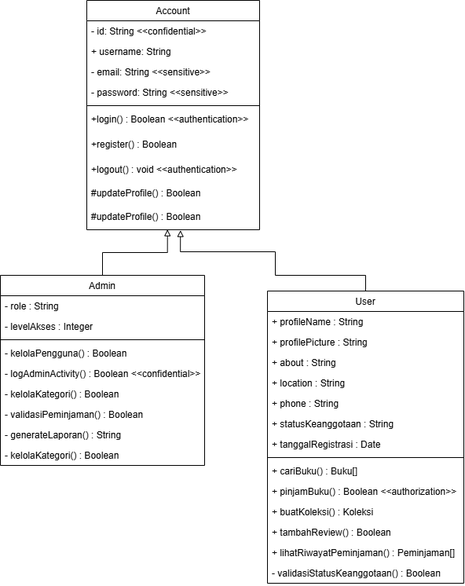
anthef/anthef keeps this draw.io diagram as init pkpl.drawio.png. Above is the earlier version. Source tidied: cells renumbered, new cells last; positions are measured from the earlier drawing's top-left corner, leaving out a move shared by most shapes.
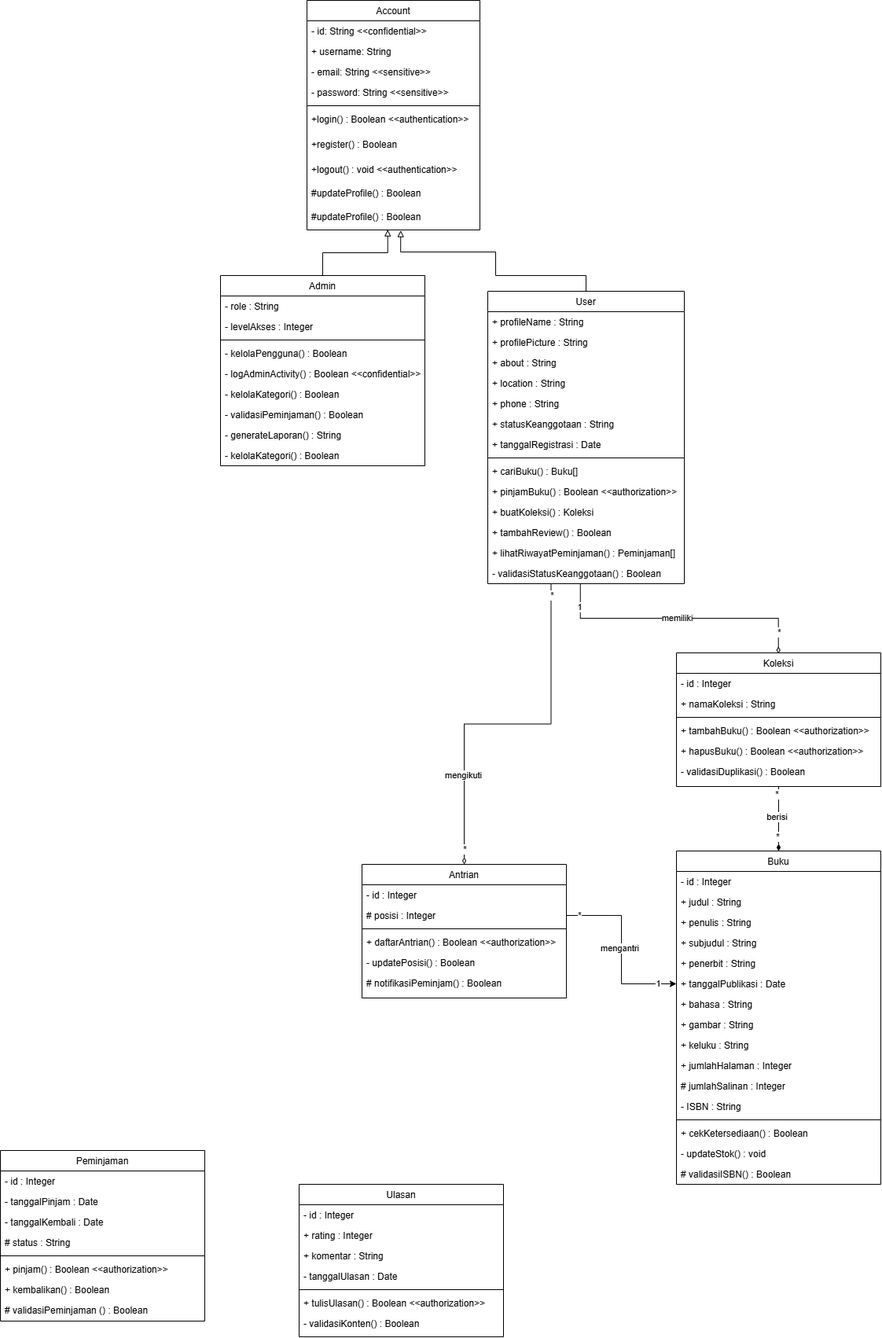
Above is the later version.

Change to the diagram source:
```diff
@@ -65,6 +65,30 @@
     <mxCell id="22" value="- kelolaKategori() : Boolean" style="text;align=left;verticalAlign=top;spacingLeft=4;spacingRight=4;overflow=hidden;" parent="13" vertex="1">
       <mxGeometry y="216" width="260" height="26" as="geometry" />
     </mxCell>
+    <mxCell id="40" style="edgeStyle=orthogonalEdgeStyle;rounded=0;jettySize=auto;html=1;exitX=0.471;exitY=1.018;exitDx=0;exitDy=0;exitPerimeter=0;entryX=0.499;entryY=0.006;entryDx=0;entryDy=0;entryPerimeter=0;endArrow=diamondThin;endFill=0;" parent="1" edge="1" source="37" target="52">
+      <mxGeometry relative="1" as="geometry" />
+    </mxCell>
+    <mxCell id="41" value="memiliki" style="edgeLabel;html=1;align=center;verticalAlign=middle;" parent="40" vertex="1">
+      <mxGeometry x="-0.02" relative="1" as="geometry" />
+    </mxCell>
+    <mxCell id="42" value="1" style="edgeLabel;html=1;align=center;verticalAlign=middle;" parent="40" vertex="1">
+      <mxGeometry x="-0.82" y="-1" relative="1" as="geometry" />
+    </mxCell>
+    <mxCell id="43" value="*" style="edgeLabel;html=1;align=center;verticalAlign=middle;" parent="40" vertex="1">
+      <mxGeometry x="0.84" y="1" relative="1" as="geometry" />
+    </mxCell>
+    <mxCell id="44" style="edgeStyle=orthogonalEdgeStyle;rounded=0;jettySize=auto;html=1;exitX=0.322;exitY=1.01;exitDx=0;exitDy=0;exitPerimeter=0;endArrow=diamondThin;endFill=0;" parent="1" edge="1" source="37" target="76">
+      <mxGeometry relative="1" as="geometry" />
+    </mxCell>
+    <mxCell id="45" value="*" style="edgeLabel;html=1;align=center;verticalAlign=middle;" parent="44" vertex="1">
+      <mxGeometry x="-0.94" y="1" relative="1" as="geometry" />
+    </mxCell>
+    <mxCell id="46" value="*" style="edgeLabel;html=1;align=center;verticalAlign=middle;" parent="44" vertex="1">
+      <mxGeometry x="0.92" y="1" relative="1" as="geometry" />
+    </mxCell>
+    <mxCell id="47" value="mengikuti" style="edgeLabel;html=1;align=center;verticalAlign=middle;" parent="44" vertex="1">
+      <mxGeometry x="0.51" y="-1" relative="1" as="geometry" />
+    </mxCell>
     <mxCell id="23" value="User" style="swimlane;fontStyle=0;align=center;verticalAlign=top;horizontal=1;startSize=26;rounded=0;shadow=0;strokeWidth=1;" parent="1" vertex="1">
       <mxGeometry x="340" y="370" width="250" height="372" as="geometry" />
     </mxCell>
@@ -122,5 +146,173 @@
         </Array>
       </mxGeometry>
     </mxCell>
+    <mxCell id="48" style="edgeStyle=orthogonalEdgeStyle;rounded=0;jettySize=auto;html=1;entryX=0.5;entryY=0;entryDx=0;entryDy=0;endArrow=diamondThin;endFill=1;" parent="1" edge="1" source="52" target="59">
+      <mxGeometry relative="1" as="geometry" />
+    </mxCell>
+    <mxCell id="49" value="*" style="edgeLabel;html=1;align=center;verticalAlign=middle;" parent="48" vertex="1">
+      <mxGeometry x="-0.76" y="-2" relative="1" as="geometry" />
+    </mxCell>
+    <mxCell id="50" value="*" style="edgeLabel;html=1;align=center;verticalAlign=middle;" parent="48" vertex="1">
+      <mxGeometry x="0.55" y="-1" relative="1" as="geometry" />
+    </mxCell>
+    <mxCell id="51" value="berisi" style="edgeLabel;html=1;align=center;verticalAlign=middle;" parent="48" vertex="1">
+      <mxGeometry x="-0.07" y="-2" relative="1" as="geometry" />
+    </mxCell>
+    <mxCell id="52" value="Koleksi" style="swimlane;fontStyle=0;align=center;verticalAlign=top;horizontal=1;startSize=26;rounded=0;shadow=0;strokeWidth=1;" parent="1" vertex="1">
+      <mxGeometry x="580" y="830" width="260" height="170" as="geometry" />
+    </mxCell>
+    <mxCell id="53" value="- id : Integer" style="text;align=left;verticalAlign=top;spacingLeft=4;spacingRight=4;overflow=hidden;" parent="52" vertex="1">
+      <mxGeometry y="26" width="260" height="26" as="geometry" />
+    </mxCell>
+    <mxCell id="54" value="+ namaKoleksi : String" style="text;align=left;verticalAlign=top;spacingLeft=4;spacingRight=4;overflow=hidden;rounded=0;shadow=0;html=0;" parent="52" vertex="1">
+      <mxGeometry y="52" width="260" height="26" as="geometry" />
+    </mxCell>
+    <mxCell id="55" style="line;html=1;strokeWidth=1;align=left;verticalAlign=middle;spacingTop=-1;spacingLeft=3;spacingRight=3;labelPosition=right;" parent="52" vertex="1">
+      <mxGeometry y="78" width="260" height="8" as="geometry" />
+    </mxCell>
+    <mxCell id="56" value="+ tambahBuku() : Boolean &lt;&lt;authorization&gt;&gt;" style="text;align=left;verticalAlign=top;spacingLeft=4;spacingRight=4;overflow=hidden;" parent="52" vertex="1">
+      <mxGeometry y="86" width="260" height="26" as="geometry" />
+    </mxCell>
+    <mxCell id="57" value="+ hapusBuku() : Boolean &lt;&lt;authorization&gt;&gt;" style="text;align=left;verticalAlign=top;spacingLeft=4;spacingRight=4;overflow=hidden;" parent="52" vertex="1">
+      <mxGeometry y="112" width="260" height="26" as="geometry" />
+    </mxCell>
+    <mxCell id="58" value="- validasiDuplikasi() : Boolean " style="text;align=left;verticalAlign=top;spacingLeft=4;spacingRight=4;overflow=hidden;" parent="52" vertex="1">
+      <mxGeometry y="138" width="260" height="26" as="geometry" />
+    </mxCell>
+    <mxCell id="59" value="Buku" style="swimlane;fontStyle=0;align=center;verticalAlign=top;horizontal=1;startSize=26;rounded=0;shadow=0;strokeWidth=1;" parent="1" vertex="1">
+      <mxGeometry x="580" y="1082" width="260" height="424" as="geometry" />
+    </mxCell>
+    <mxCell id="60" value="- id : Integer" style="text;align=left;verticalAlign=top;spacingLeft=4;spacingRight=4;overflow=hidden;" parent="59" vertex="1">
+      <mxGeometry y="26" width="260" height="26" as="geometry" />
+    </mxCell>
+    <mxCell id="61" value="+ judul : String" style="text;align=left;verticalAlign=top;spacingLeft=4;spacingRight=4;overflow=hidden;rounded=0;shadow=0;html=0;" parent="59" vertex="1">
+      <mxGeometry y="52" width="260" height="26" as="geometry" />
+    </mxCell>
+    <mxCell id="62" value="+ penulis : String" style="text;align=left;verticalAlign=top;spacingLeft=4;spacingRight=4;overflow=hidden;rounded=0;shadow=0;html=0;" parent="59" vertex="1">
+      <mxGeometry y="78" width="260" height="26" as="geometry" />
+    </mxCell>
+    <mxCell id="63" value="+ subjudul : String" style="text;align=left;verticalAlign=top;spacingLeft=4;spacingRight=4;overflow=hidden;rounded=0;shadow=0;html=0;" parent="59" vertex="1">
+      <mxGeometry y="104" width="260" height="26" as="geometry" />
+    </mxCell>
+    <mxCell id="64" value="+ penerbit : String" style="text;align=left;verticalAlign=top;spacingLeft=4;spacingRight=4;overflow=hidden;rounded=0;shadow=0;html=0;" parent="59" vertex="1">
+      <mxGeometry y="130" width="260" height="26" as="geometry" />
+    </mxCell>
+    <mxCell id="65" value="+ tanggalPublikasi : Date" style="text;align=left;verticalAlign=top;spacingLeft=4;spacingRight=4;overflow=hidden;points=[[0,0.5],[1,0.5]];portConstraint=eastwest;rounded=0;shadow=0;html=0;" parent="59" vertex="1">
+      <mxGeometry y="156" width="260" height="26" as="geometry" />
+    </mxCell>
+    <mxCell id="66" value="+ bahasa : String" style="text;align=left;verticalAlign=top;spacingLeft=4;spacingRight=4;overflow=hidden;rounded=0;shadow=0;html=0;" parent="59" vertex="1">
+      <mxGeometry y="182" width="260" height="26" as="geometry" />
+    </mxCell>
+    <mxCell id="67" value="+ gambar : String" style="text;align=left;verticalAlign=top;spacingLeft=4;spacingRight=4;overflow=hidden;rounded=0;shadow=0;html=0;" parent="59" vertex="1">
+      <mxGeometry y="208" width="260" height="26" as="geometry" />
+    </mxCell>
+    <mxCell id="68" value="+ keluku : String" style="text;align=left;verticalAlign=top;spacingLeft=4;spacingRight=4;overflow=hidden;rounded=0;shadow=0;html=0;" parent="59" vertex="1">
+      <mxGeometry y="234" width="260" height="26" as="geometry" />
+    </mxCell>
+    <mxCell id="69" value="+ jumlahHalaman : Integer" style="text;align=left;verticalAlign=top;spacingLeft=4;spacingRight=4;overflow=hidden;rounded=0;shadow=0;html=0;" parent="59" vertex="1">
+      <mxGeometry y="260" width="260" height="26" as="geometry" />
+    </mxCell>
+    <mxCell id="70" value="# jumlahSalinan : Integer" style="text;align=left;verticalAlign=top;spacingLeft=4;spacingRight=4;overflow=hidden;rounded=0;shadow=0;html=0;" parent="59" vertex="1">
+      <mxGeometry y="286" width="260" height="26" as="geometry" />
+    </mxCell>
+    <mxCell id="71" value="- ISBN : String" style="text;align=left;verticalAlign=top;spacingLeft=4;spacingRight=4;overflow=hidden;rounded=0;shadow=0;html=0;" parent="59" vertex="1">
+      <mxGeometry y="312" width="260" height="26" as="geometry" />
+    </mxCell>
+    <mxCell id="72" style="line;html=1;strokeWidth=1;align=left;verticalAlign=middle;spacingTop=-1;spacingLeft=3;spacingRight=3;labelPosition=right;" parent="59" vertex="1">
+      <mxGeometry y="338" width="260" height="8" as="geometry" />
+    </mxCell>
+    <mxCell id="73" value="+ cekKetersediaan() : Boolean" style="text;align=left;verticalAlign=top;spacingLeft=4;spacingRight=4;overflow=hidden;" parent="59" vertex="1">
+      <mxGeometry y="346" width="260" height="26" as="geometry" />
+    </mxCell>
+    <mxCell id="74" value="- updateStok() : void" style="text;align=left;verticalAlign=top;spacingLeft=4;spacingRight=4;overflow=hidden;" parent="59" vertex="1">
+      <mxGeometry y="372" width="260" height="26" as="geometry" />
+    </mxCell>
+    <mxCell id="75" value="# validasiISBN() : Boolean" style="text;align=left;verticalAlign=top;spacingLeft=4;spacingRight=4;overflow=hidden;" parent="59" vertex="1">
+      <mxGeometry y="398" width="260" height="26" as="geometry" />
+    </mxCell>
+    <mxCell id="76" value="Antrian" style="swimlane;fontStyle=0;align=center;verticalAlign=top;horizontal=1;startSize=26;rounded=0;shadow=0;strokeWidth=1;" parent="1" vertex="1">
+      <mxGeometry x="180" y="1099" width="260" height="170" as="geometry" />
+    </mxCell>
+    <mxCell id="77" value="- id : Integer" style="text;align=left;verticalAlign=top;spacingLeft=4;spacingRight=4;overflow=hidden;" parent="76" vertex="1">
+      <mxGeometry y="26" width="260" height="26" as="geometry" />
+    </mxCell>
+    <mxCell id="78" value="# posisi : Integer" style="text;align=left;verticalAlign=top;spacingLeft=4;spacingRight=4;overflow=hidden;points=[[0,0.5],[1,0.5]];portConstraint=eastwest;rounded=0;shadow=0;html=0;" parent="76" vertex="1">
+      <mxGeometry y="52" width="260" height="26" as="geometry" />
+    </mxCell>
+    <mxCell id="79" style="line;html=1;strokeWidth=1;align=left;verticalAlign=middle;spacingTop=-1;spacingLeft=3;spacingRight=3;labelPosition=right;" parent="76" vertex="1">
+      <mxGeometry y="78" width="260" height="8" as="geometry" />
+    </mxCell>
+    <mxCell id="80" value="+ daftarAntrian() : Boolean &lt;&lt;authorization&gt;&gt;" style="text;align=left;verticalAlign=top;spacingLeft=4;spacingRight=4;overflow=hidden;" parent="76" vertex="1">
+      <mxGeometry y="86" width="260" height="26" as="geometry" />
+    </mxCell>
+    <mxCell id="81" value="- updatePosisi() : Boolean" style="text;align=left;verticalAlign=top;spacingLeft=4;spacingRight=4;overflow=hidden;" parent="76" vertex="1">
+      <mxGeometry y="112" width="260" height="26" as="geometry" />
+    </mxCell>
+    <mxCell id="82" value="# notifikasiPeminjam() : Boolean" style="text;align=left;verticalAlign=top;spacingLeft=4;spacingRight=4;overflow=hidden;" parent="76" vertex="1">
+      <mxGeometry y="138" width="260" height="26" as="geometry" />
+    </mxCell>
+    <mxCell id="83" value="Ulasan" style="swimlane;fontStyle=0;align=center;verticalAlign=top;horizontal=1;startSize=26;rounded=0;shadow=0;strokeWidth=1;" parent="1" vertex="1">
+      <mxGeometry x="100" y="1506" width="260" height="194" as="geometry" />
+    </mxCell>
+    <mxCell id="84" value="- id : Integer" style="text;align=left;verticalAlign=top;spacingLeft=4;spacingRight=4;overflow=hidden;" parent="83" vertex="1">
+      <mxGeometry y="26" width="260" height="26" as="geometry" />
+    </mxCell>
+    <mxCell id="85" value="+ rating : Integer" style="text;align=left;verticalAlign=top;spacingLeft=4;spacingRight=4;overflow=hidden;rounded=0;shadow=0;html=0;" parent="83" vertex="1">
+      <mxGeometry y="52" width="260" height="26" as="geometry" />
+    </mxCell>
+    <mxCell id="86" value="+ komentar : String" style="text;align=left;verticalAlign=top;spacingLeft=4;spacingRight=4;overflow=hidden;rounded=0;shadow=0;html=0;" parent="83" vertex="1">
+      <mxGeometry y="78" width="260" height="26" as="geometry" />
+    </mxCell>
+    <mxCell id="87" value="- tanggalUlasan : Date" style="text;align=left;verticalAlign=top;spacingLeft=4;spacingRight=4;overflow=hidden;rounded=0;shadow=0;html=0;" parent="83" vertex="1">
+      <mxGeometry y="104" width="260" height="26" as="geometry" />
+    </mxCell>
+    <mxCell id="88" style="line;html=1;strokeWidth=1;align=left;verticalAlign=middle;spacingTop=-1;spacingLeft=3;spacingRight=3;labelPosition=right;" parent="83" vertex="1">
+      <mxGeometry y="130" width="260" height="8" as="geometry" />
+    </mxCell>
+    <mxCell id="89" value="+ tulisUlasan() : Boolean &lt;&lt;authorization&gt;&gt;" style="text;align=left;verticalAlign=top;spacingLeft=4;spacingRight=4;overflow=hidden;" parent="83" vertex="1">
+      <mxGeometry y="138" width="260" height="26" as="geometry" />
+    </mxCell>
+    <mxCell id="90" value="- validasiKonten() : Boolean" style="text;align=left;verticalAlign=top;spacingLeft=4;spacingRight=4;overflow=hidden;" parent="83" vertex="1">
+      <mxGeometry y="164" width="260" height="26" as="geometry" />
+    </mxCell>
+    <mxCell id="91" value="Peminjaman" style="swimlane;fontStyle=0;align=center;verticalAlign=top;horizontal=1;startSize=26;rounded=0;shadow=0;strokeWidth=1;" parent="1" vertex="1">
+      <mxGeometry x="-280" y="1463" width="260" height="217" as="geometry" />
+    </mxCell>
+    <mxCell id="92" value="- id : Integer" style="text;align=left;verticalAlign=top;spacingLeft=4;spacingRight=4;overflow=hidden;" parent="91" vertex="1">
+      <mxGeometry y="26" width="260" height="26" as="geometry" />
+    </mxCell>
+    <mxCell id="93" value="- tanggalPinjam : Date" style="text;align=left;verticalAlign=top;spacingLeft=4;spacingRight=4;overflow=hidden;rounded=0;shadow=0;html=0;" parent="91" vertex="1">
+      <mxGeometry y="52" width="260" height="26" as="geometry" />
+    </mxCell>
+    <mxCell id="94" value="- tanggalKembali : Date" style="text;align=left;verticalAlign=top;spacingLeft=4;spacingRight=4;overflow=hidden;rounded=0;shadow=0;html=0;" parent="91" vertex="1">
+      <mxGeometry y="78" width="260" height="26" as="geometry" />
+    </mxCell>
+    <mxCell id="95" value="# status : String" style="text;align=left;verticalAlign=top;spacingLeft=4;spacingRight=4;overflow=hidden;rounded=0;shadow=0;html=0;" parent="91" vertex="1">
+      <mxGeometry y="104" width="260" height="26" as="geometry" />
+    </mxCell>
+    <mxCell id="96" style="line;html=1;strokeWidth=1;align=left;verticalAlign=middle;spacingTop=-1;spacingLeft=3;spacingRight=3;labelPosition=right;" parent="91" vertex="1">
+      <mxGeometry y="130" width="260" height="8" as="geometry" />
+    </mxCell>
+    <mxCell id="97" value="+ pinjam() : Boolean &lt;&lt;authorization&gt;&gt;" style="text;align=left;verticalAlign=top;spacingLeft=4;spacingRight=4;overflow=hidden;" parent="91" vertex="1">
+      <mxGeometry y="138" width="260" height="26" as="geometry" />
+    </mxCell>
+    <mxCell id="98" value="+ kembalikan() : Boolean" style="text;align=left;verticalAlign=top;spacingLeft=4;spacingRight=4;overflow=hidden;" parent="91" vertex="1">
+      <mxGeometry y="164" width="260" height="26" as="geometry" />
+    </mxCell>
+    <mxCell id="99" value="# validasiPeminjaman () : Boolean" style="text;align=left;verticalAlign=top;spacingLeft=4;spacingRight=4;overflow=hidden;" parent="91" vertex="1">
+      <mxGeometry y="190" width="260" height="26" as="geometry" />
+    </mxCell>
+    <mxCell id="100" style="edgeStyle=orthogonalEdgeStyle;rounded=0;jettySize=auto;html=1;exitX=1;exitY=0.5;exitDx=0;exitDy=0;entryX=0;entryY=0.5;entryDx=0;entryDy=0;" parent="1" edge="1" source="78" target="65">
+      <mxGeometry relative="1" as="geometry" />
+    </mxCell>
+    <mxCell id="101" value="mengantri" style="edgeLabel;html=1;align=center;verticalAlign=middle;" parent="100" vertex="1">
+      <mxGeometry x="-0.02" y="-2" relative="1" as="geometry" />
+    </mxCell>
+    <mxCell id="102" value="*" style="edgeLabel;html=1;align=center;verticalAlign=middle;" parent="100" vertex="1">
+      <mxGeometry x="-0.86" relative="1" as="geometry" />
+    </mxCell>
+    <mxCell id="103" value="1" style="edgeLabel;html=1;align=center;verticalAlign=middle;" parent="100" vertex="1">
+      <mxGeometry x="0.79" relative="1" as="geometry" />
+    </mxCell>
   </root>
 </mxGraphModel>
```
